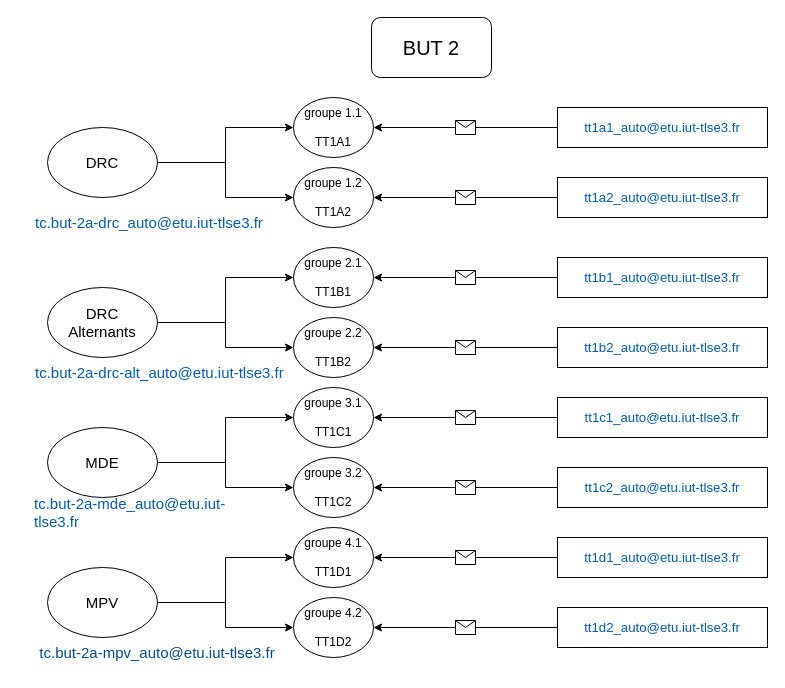
Above: BUT2.drawio in gI7DUmmY/diagrams (draw.io), before the change. Source tidied: cells renumbered, new cells numbered last; positions are measured from the earlier drawing's top-left corner, leaving out a move shared by most shapes. Both pictures are drawn from the tidied source at 100%, with x=0, y=0 at pixel (17, 17).
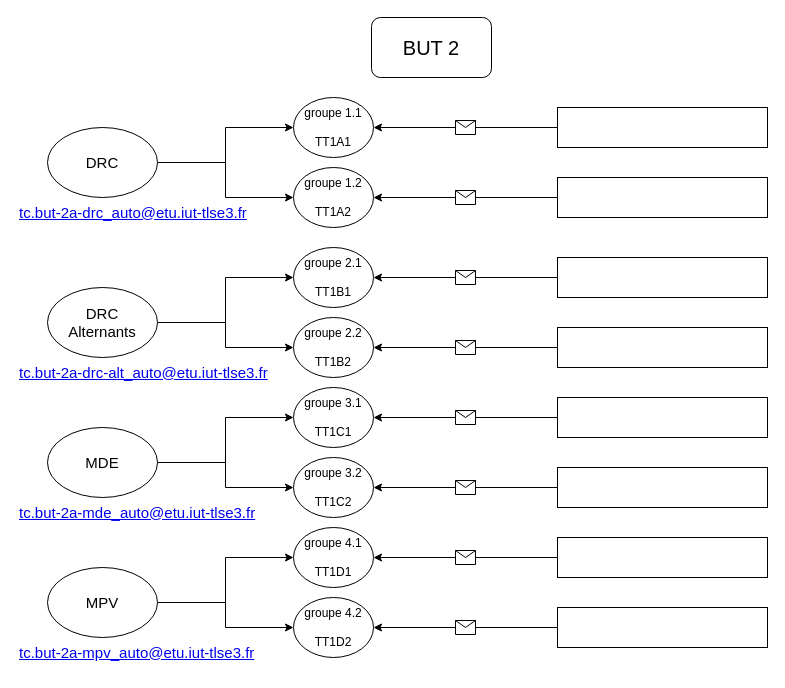
Above is the later version.

Commit message:
Mettre à jour BUT2.drawio

Change to the diagram source:
```diff
@@
-    <mxCell id="25" value="&lt;a href=&quot;mailto:tt1a1_auto@etu.iut-tlse3.fr&quot; style=&quot;box-sizing: inherit; font-family: Raleway, sans-serif; font-size: 1.1em; background-color: rgb(255, 255, 255); line-height: inherit; color: rgb(0, 90, 178); text-decoration-line: none; cursor: pointer; margin: 0px; padding: 0px; border: 0px; text-size-adjust: 100%; font-variant-numeric: inherit; font-variant-east-asian: inherit; font-variant-alternates: inherit; font-variant-position: inherit; font-stretch: inherit; font-optical-sizing: inherit; font-kerning: inherit; font-feature-settings: inherit; font-variation-settings: inherit; vertical-align: baseline; transition: background-color 300ms ease-out 0s; -webkit-tap-highlight-color: rgba(0, 0, 0, 0); outline: 0px; text-align: left;&quot;&gt;tt1a1_auto@etu.iut-tlse3.fr&lt;/a&gt;" style="rounded=0;whiteSpace=wrap;html=1;fontStyle=0;" parent="1" vertex="1">
+    <mxCell id="25" style="rounded=0;whiteSpace=wrap;html=1;fontStyle=0;" parent="1" vertex="1">
       <mxGeometry x="540" y="90" width="210" height="40" as="geometry" />
     </mxCell>
-    <mxCell id="26" value="&lt;a href=&quot;mailto:tt1a2_auto@etu.iut-tlse3.fr&quot; style=&quot;box-sizing: inherit; font-family: Raleway, sans-serif; font-size: 1.1em; background-color: rgb(255, 255, 255); line-height: inherit; color: rgb(0, 90, 178); text-decoration-line: none; cursor: pointer; margin: 0px; padding: 0px; border: 0px; text-size-adjust: 100%; font-variant-numeric: inherit; font-variant-east-asian: inherit; font-variant-alternates: inherit; font-variant-position: inherit; font-weight: 400; font-stretch: inherit; font-optical-sizing: inherit; font-kerning: inherit; font-feature-settings: inherit; font-variation-settings: inherit; vertical-align: baseline; transition: background-color 300ms ease-out 0s; -webkit-tap-highlight-color: rgba(0, 0, 0, 0); outline: 0px; text-align: left;&quot;&gt;tt1a2_auto@etu.iut-tlse3.fr&lt;/a&gt;" style="rounded=0;whiteSpace=wrap;html=1;fontStyle=1;" parent="1" vertex="1">
+    <mxCell id="26" style="rounded=0;whiteSpace=wrap;html=1;fontStyle=1;" parent="1" vertex="1">
       <mxGeometry x="540" y="160" width="210" height="40" as="geometry" />
     </mxCell>
-    <mxCell id="27" value="&lt;a href=&quot;mailto:tt1b1_auto@etu.iut-tlse3.fr&quot; style=&quot;box-sizing: inherit; font-family: Raleway, sans-serif; font-size: 1.1em; background-color: rgb(255, 255, 255); line-height: inherit; color: rgb(0, 90, 178); text-decoration-line: none; cursor: pointer; margin: 0px; padding: 0px; border: 0px; text-size-adjust: 100%; font-variant-numeric: inherit; font-variant-east-asian: inherit; font-variant-alternates: inherit; font-variant-position: inherit; font-weight: 400; font-stretch: inherit; font-optical-sizing: inherit; font-kerning: inherit; font-feature-settings: inherit; font-variation-settings: inherit; vertical-align: baseline; transition: background-color 300ms ease-out 0s; -webkit-tap-highlight-color: rgba(0, 0, 0, 0); outline: 0px; text-align: left;&quot;&gt;tt1b1_auto@etu.iut-tlse3.fr&lt;/a&gt;" style="rounded=0;whiteSpace=wrap;html=1;fontStyle=1;" parent="1" vertex="1">
+    <mxCell id="27" style="rounded=0;whiteSpace=wrap;html=1;fontStyle=1;" parent="1" vertex="1">
       <mxGeometry x="540" y="240" width="210" height="40" as="geometry" />
     </mxCell>
-    <mxCell id="28" value="&lt;a href=&quot;mailto:tt1b2_auto@etu.iut-tlse3.fr&quot; style=&quot;box-sizing: inherit; font-family: Raleway, sans-serif; font-size: 1.1em; background-color: rgb(255, 255, 255); line-height: inherit; color: rgb(0, 90, 178); text-decoration-line: none; cursor: pointer; margin: 0px; padding: 0px; border: 0px; text-size-adjust: 100%; font-variant-numeric: inherit; font-variant-east-asian: inherit; font-variant-alternates: inherit; font-variant-position: inherit; font-weight: 400; font-stretch: inherit; font-optical-sizing: inherit; font-kerning: inherit; font-feature-settings: inherit; font-variation-settings: inherit; vertical-align: baseline; transition: background-color 300ms ease-out 0s; -webkit-tap-highlight-color: rgba(0, 0, 0, 0); outline: 0px; text-align: left;&quot;&gt;tt1b2_auto@etu.iut-tlse3.fr&lt;/a&gt;" style="rounded=0;whiteSpace=wrap;html=1;fontStyle=1;" parent="1" vertex="1">
+    <mxCell id="28" style="rounded=0;whiteSpace=wrap;html=1;fontStyle=1;" parent="1" vertex="1">
       <mxGeometry x="540" y="310" width="210" height="40" as="geometry" />
     </mxCell>
-    <mxCell id="29" value="&lt;a href=&quot;mailto:tt1c1_auto@etu.iut-tlse3.fr&quot; style=&quot;box-sizing: inherit; font-family: Raleway, sans-serif; font-size: 1.1em; background-color: rgb(255, 255, 255); line-height: inherit; color: rgb(0, 90, 178); text-decoration-line: none; cursor: pointer; margin: 0px; padding: 0px; border: 0px; text-size-adjust: 100%; font-variant-numeric: inherit; font-variant-east-asian: inherit; font-variant-alternates: inherit; font-variant-position: inherit; font-weight: 400; font-stretch: inherit; font-optical-sizing: inherit; font-kerning: inherit; font-feature-settings: inherit; font-variation-settings: inherit; vertical-align: baseline; transition: background-color 300ms ease-out 0s; -webkit-tap-highlight-color: rgba(0, 0, 0, 0); outline: 0px; text-align: left;&quot;&gt;tt1c1_auto@etu.iut-tlse3.fr&lt;/a&gt;" style="rounded=0;whiteSpace=wrap;html=1;fontStyle=1;" parent="1" vertex="1">
+    <mxCell id="29" style="rounded=0;whiteSpace=wrap;html=1;fontStyle=1;" parent="1" vertex="1">
       <mxGeometry x="540" y="380" width="210" height="40" as="geometry" />
     </mxCell>
-    <mxCell id="30" value="&lt;a href=&quot;mailto:tt1c2_auto@etu.iut-tlse3.fr&quot; style=&quot;box-sizing: inherit; font-family: Raleway, sans-serif; font-size: 1.1em; background-color: rgb(255, 255, 255); line-height: inherit; color: rgb(0, 90, 178); text-decoration-line: none; cursor: pointer; margin: 0px; padding: 0px; border: 0px; text-size-adjust: 100%; font-variant-numeric: inherit; font-variant-east-asian: inherit; font-variant-alternates: inherit; font-variant-position: inherit; font-weight: 400; font-stretch: inherit; font-optical-sizing: inherit; font-kerning: inherit; font-feature-settings: inherit; font-variation-settings: inherit; vertical-align: baseline; transition: background-color 300ms ease-out 0s; -webkit-tap-highlight-color: rgba(0, 0, 0, 0); outline: 0px; text-align: left;&quot;&gt;tt1c2_auto@etu.iut-tlse3.fr&lt;/a&gt;" style="rounded=0;whiteSpace=wrap;html=1;fontStyle=1;" parent="1" vertex="1">
+    <mxCell id="30" style="rounded=0;whiteSpace=wrap;html=1;fontStyle=1;" parent="1" vertex="1">
       <mxGeometry x="540" y="450" width="210" height="40" as="geometry" />
     </mxCell>
-    <mxCell id="31" value="&lt;a href=&quot;mailto:tt1d1_auto@etu.iut-tlse3.fr&quot; style=&quot;box-sizing: inherit; font-family: Raleway, sans-serif; font-size: 1.1em; background-color: rgb(255, 255, 255); line-height: inherit; color: rgb(0, 90, 178); text-decoration-line: none; cursor: pointer; margin: 0px; padding: 0px; border: 0px; text-size-adjust: 100%; font-variant-numeric: inherit; font-variant-east-asian: inherit; font-variant-alternates: inherit; font-variant-position: inherit; font-weight: 400; font-stretch: inherit; font-optical-sizing: inherit; font-kerning: inherit; font-feature-settings: inherit; font-variation-settings: inherit; vertical-align: baseline; transition: background-color 300ms ease-out 0s; -webkit-tap-highlight-color: rgba(0, 0, 0, 0); outline: 0px; text-align: left;&quot;&gt;tt1d1_auto@etu.iut-tlse3.fr&lt;/a&gt;" style="rounded=0;whiteSpace=wrap;html=1;fontStyle=1;" parent="1" vertex="1">
+    <mxCell id="31" style="rounded=0;whiteSpace=wrap;html=1;fontStyle=1;" parent="1" vertex="1">
       <mxGeometry x="540" y="520" width="210" height="40" as="geometry" />
     </mxCell>
-    <mxCell id="32" value="&lt;a href=&quot;mailto:tt1d2_auto@etu.iut-tlse3.fr&quot; style=&quot;box-sizing: inherit; font-family: Raleway, sans-serif; font-size: 1.1em; background-color: rgb(255, 255, 255); line-height: inherit; color: rgb(0, 90, 178); text-decoration-line: none; cursor: pointer; margin: 0px; padding: 0px; border: 0px; text-size-adjust: 100%; font-variant-numeric: inherit; font-variant-east-asian: inherit; font-variant-alternates: inherit; font-variant-position: inherit; font-weight: 400; font-stretch: inherit; font-optical-sizing: inherit; font-kerning: inherit; font-feature-settings: inherit; font-variation-settings: inherit; vertical-align: baseline; transition: background-color 300ms ease-out 0s; -webkit-tap-highlight-color: rgba(0, 0, 0, 0); outline: 0px; text-align: left;&quot;&gt;tt1d2_auto@etu.iut-tlse3.fr&lt;/a&gt;" style="rounded=0;whiteSpace=wrap;html=1;fontStyle=1;" parent="1" vertex="1">
+    <mxCell id="32" style="rounded=0;whiteSpace=wrap;html=1;fontStyle=1;" parent="1" vertex="1">
       <mxGeometry x="540" y="590" width="210" height="40" as="geometry" />
     </mxCell>
@@
-    <mxCell id="47" value="&lt;h1 style=&quot;box-sizing: inherit; font-size: 15px; margin: 0px 0px 0.6em; padding: 10px 1rem 0px; text-rendering: optimizelegibility; line-height: inherit; border: 0px; text-size-adjust: 100%; font-variant-numeric: inherit; font-variant-east-asian: inherit; font-variant-alternates: inherit; font-variant-position: inherit; font-stretch: inherit; font-optical-sizing: inherit; font-kerning: inherit; font-feature-settings: inherit; font-variation-settings: inherit; vertical-align: baseline;&quot;&gt;&lt;span style=&quot;font-weight: normal; font-size: 15px;&quot;&gt;tc.but-2a-drc_auto@etu.iut-tlse3.fr&lt;/span&gt;&lt;/h1&gt;" style="text;html=1;strokeColor=none;fillColor=none;align=left;verticalAlign=middle;whiteSpace=wrap;rounded=0;fontStyle=0;fontSize=15;fontColor=#055ab2;labelBorderColor=none;fontFamily=Helvetica;" parent="1" vertex="1">
-      <mxGeometry y="190" width="270" height="30" as="geometry" />
+    <mxCell id="47" value="&lt;a href=&quot;mailto:tc.but-2a-drc_auto@etu.iut-tlse3.fr&quot;&gt;tc.but-2a-drc_auto@etu.iut-tlse3.fr&lt;/a&gt;" style="text;html=1;strokeColor=none;fillColor=none;align=left;verticalAlign=middle;whiteSpace=wrap;rounded=0;fontSize=15;fontColor=#055AB2;" parent="1" vertex="1">
+      <mxGeometry y="180" width="270" height="30" as="geometry" />
     </mxCell>
-    <mxCell id="48" value="&lt;h1 style=&quot;box-sizing: inherit; font-family: Raleway, sans-serif; font-size: 15px; margin: 0px 0px 0.6em; padding: 10px 1rem 0px; font-weight: 100; text-rendering: optimizelegibility; line-height: inherit; border: 0px; text-size-adjust: 100%; font-variant-numeric: inherit; font-variant-east-asian: inherit; font-variant-alternates: inherit; font-variant-position: inherit; font-stretch: inherit; font-optical-sizing: inherit; font-kerning: inherit; font-feature-settings: inherit; font-variation-settings: inherit; vertical-align: baseline; text-align: start;&quot;&gt;tc.but-2a-mde_auto@etu.iut-tlse3.fr&lt;/h1&gt;" style="text;html=1;strokeColor=none;fillColor=none;align=center;verticalAlign=middle;whiteSpace=wrap;rounded=0;fontSize=15;fontColor=#055AB2;" parent="1" vertex="1">
+    <mxCell id="48" value="&lt;a href=&quot;mailto:tc.but-2a-mde_auto@etu.iut-tlse3.fr&quot;&gt;tc.but-2a-mde_auto@etu.iut-tlse3.fr&lt;/a&gt;" style="text;html=1;strokeColor=none;fillColor=none;align=left;verticalAlign=middle;whiteSpace=wrap;rounded=0;fontSize=15;fontColor=#055AB2;" parent="1" vertex="1">
       <mxGeometry y="480" width="270" height="30" as="geometry" />
     </mxCell>
-    <mxCell id="49" value="&lt;h1 style=&quot;box-sizing: inherit; font-family: Raleway, sans-serif; font-size: 15px; margin: 0px 0px 0.6em; padding: 10px 1rem 0px; font-weight: 100; color: rgb(0, 75, 148); text-rendering: optimizelegibility; line-height: inherit; border: 0px; text-size-adjust: 100%; font-variant-numeric: inherit; font-variant-east-asian: inherit; font-variant-alternates: inherit; font-variant-position: inherit; font-stretch: inherit; font-optical-sizing: inherit; font-kerning: inherit; font-feature-settings: inherit; font-variation-settings: inherit; vertical-align: baseline; text-align: start;&quot;&gt;tc.but-2a-mpv_auto@etu.iut-tlse3.fr&lt;/h1&gt;" style="text;html=1;strokeColor=none;fillColor=none;align=center;verticalAlign=middle;whiteSpace=wrap;rounded=0;fontSize=15;" parent="1" vertex="1">
+    <mxCell id="49" value="&lt;a href=&quot;mailto:tc.but-2a-mpv_auto@etu.iut-tlse3.fr&quot;&gt;tc.but-2a-mpv_auto@etu.iut-tlse3.fr&lt;/a&gt;" style="text;html=1;strokeColor=none;fillColor=none;align=left;verticalAlign=middle;whiteSpace=wrap;rounded=0;fontSize=15;fontColor=#055AB2;" parent="1" vertex="1">
       <mxGeometry y="620" width="280" height="30" as="geometry" />
     </mxCell>
-    <mxCell id="50" value="&lt;h1 style=&quot;box-sizing: inherit; font-size: 15px; margin: 0px 0px 0.6em; padding: 10px 1rem 0px; text-rendering: optimizelegibility; line-height: inherit; border: 0px; text-size-adjust: 100%; font-variant-numeric: inherit; font-variant-east-asian: inherit; font-variant-alternates: inherit; font-variant-position: inherit; font-stretch: inherit; font-optical-sizing: inherit; font-kerning: inherit; font-feature-settings: inherit; font-variation-settings: inherit; vertical-align: baseline;&quot;&gt;&lt;span style=&quot;font-weight: normal; font-size: 15px;&quot;&gt;tc.but-2a-drc-alt_auto@etu.iut-tlse3.fr&lt;/span&gt;&lt;/h1&gt;" style="text;html=1;strokeColor=none;fillColor=none;align=left;verticalAlign=middle;whiteSpace=wrap;rounded=0;fontStyle=0;fontSize=15;fontColor=#055ab2;labelBorderColor=none;fontFamily=Helvetica;" parent="1" vertex="1">
+    <mxCell id="50" value="&lt;a href=&quot;mailto:tc.but-2a-drc-alt_auto@etu.iut-tlse3.fr&quot;&gt;tc.but-2a-drc-alt_auto@etu.iut-tlse3.fr&lt;/a&gt;" style="text;html=1;strokeColor=none;fillColor=none;align=left;verticalAlign=middle;whiteSpace=wrap;rounded=0;fontSize=15;fontColor=#055AB2;" parent="1" vertex="1">
       <mxGeometry y="340" width="290" height="30" as="geometry" />
     </mxCell>
```
